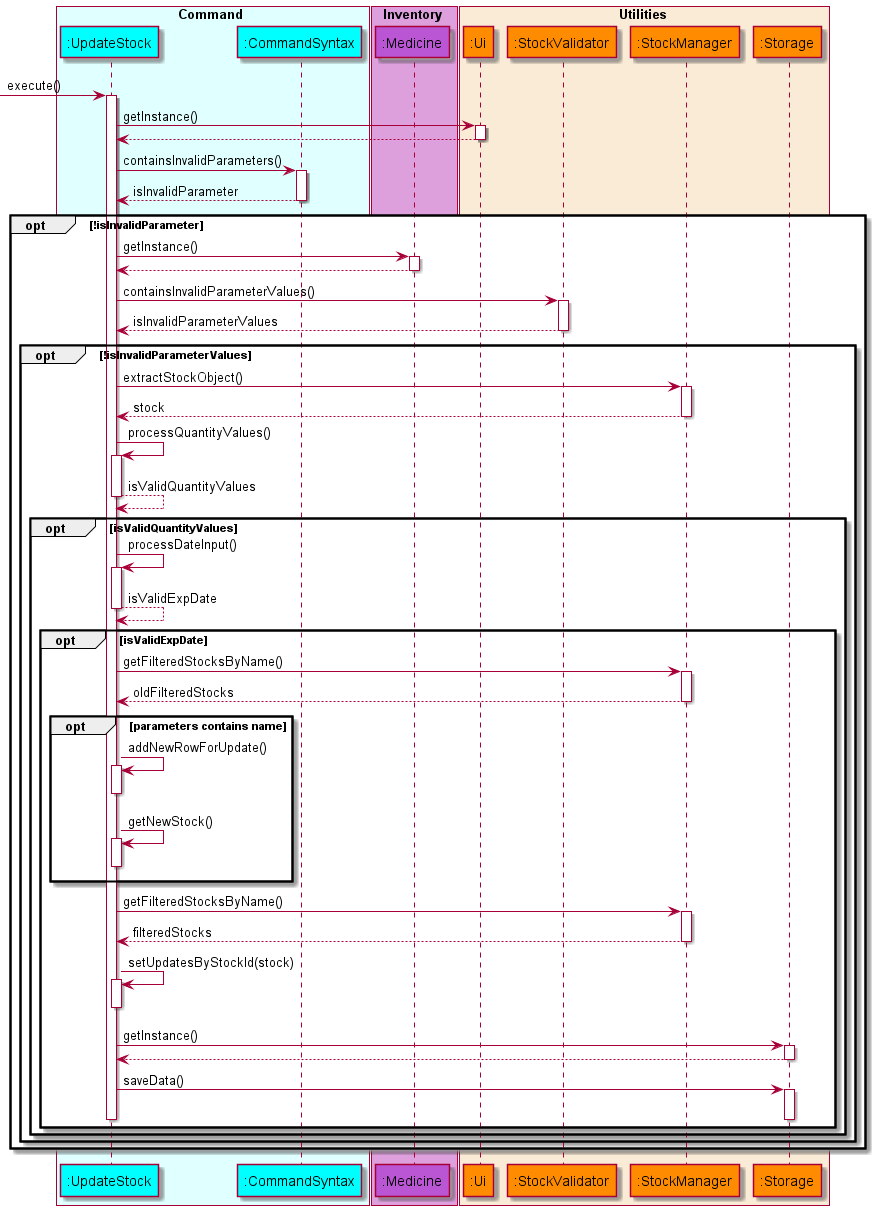
This is docs/diagrams/diagram_images/UpdateStockSequenceDiagram.png from nus-cs2113-AY2122S1/tp, a PlantUML export, as it was before one commit.
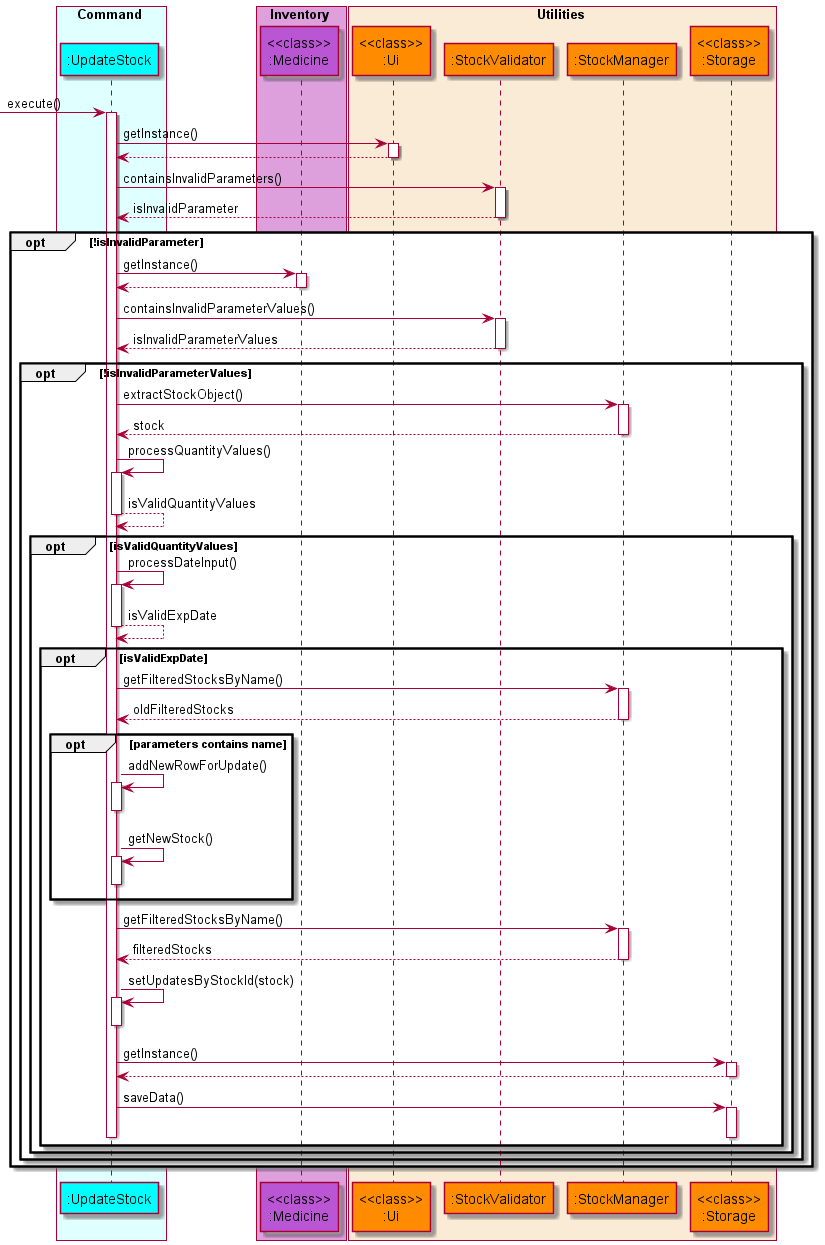
After the change.

Commit message:
Modify update stock sequence diagram

Change to the diagram source:
```diff
@@ -4,18 +4,17 @@
 
 box Command COLOR_COMMAND_BOX
     participant ":UpdateStock" as updatestock COLOR_COMMAND
-    participant ":CommandSyntax" as commandsyntax COLOR_COMMAND
 end box
 
 box Inventory COLOR_INVENTORY_BOX
-    participant ":Medicine" as medicine COLOR_INVENTORY
+    participant "<<class>>\n:Medicine" as medicine COLOR_INVENTORY
 end box
 
 box Utilities COLOR_UTILITIES_BOX
-    participant ":Ui" as ui COLOR_UTILITIES
+    participant "<<class>>\n:Ui" as ui COLOR_UTILITIES
     participant ":StockValidator" as stockvalidator COLOR_UTILITIES
     participant ":StockManager" as stockmanager COLOR_UTILITIES
-    participant ":Storage" as storage COLOR_UTILITIES
+    participant "<<class>>\n:Storage" as storage COLOR_UTILITIES
 end box
 
 autoactivate on
@@ -23,8 +22,8 @@
 -> updatestock: execute()
     updatestock -> ui: getInstance()
     updatestock <-- ui
-    updatestock -> commandsyntax: containsInvalidParameters()
-    updatestock <-- commandsyntax: isInvalidParameter
+    updatestock -> stockvalidator: containsInvalidParameters()
+    updatestock <-- stockvalidator: isInvalidParameter
 
     opt !isInvalidParameter
         updatestock -> medicine : getInstance()
```
